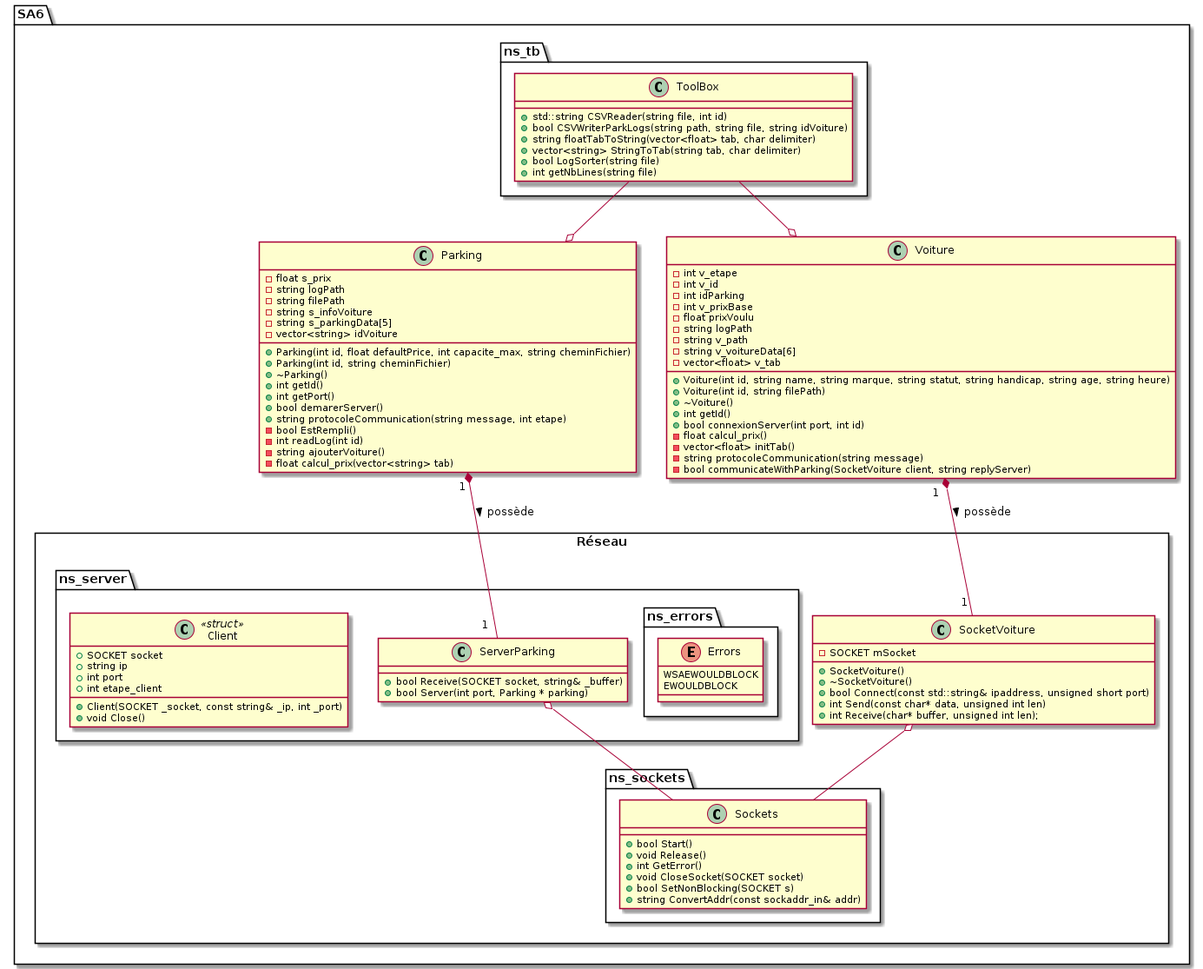
KevinFroissart/SA6_CarPark_AI keeps this PlantUML diagram as SA6/doc/SA6_uml.png. Above is the earlier version.
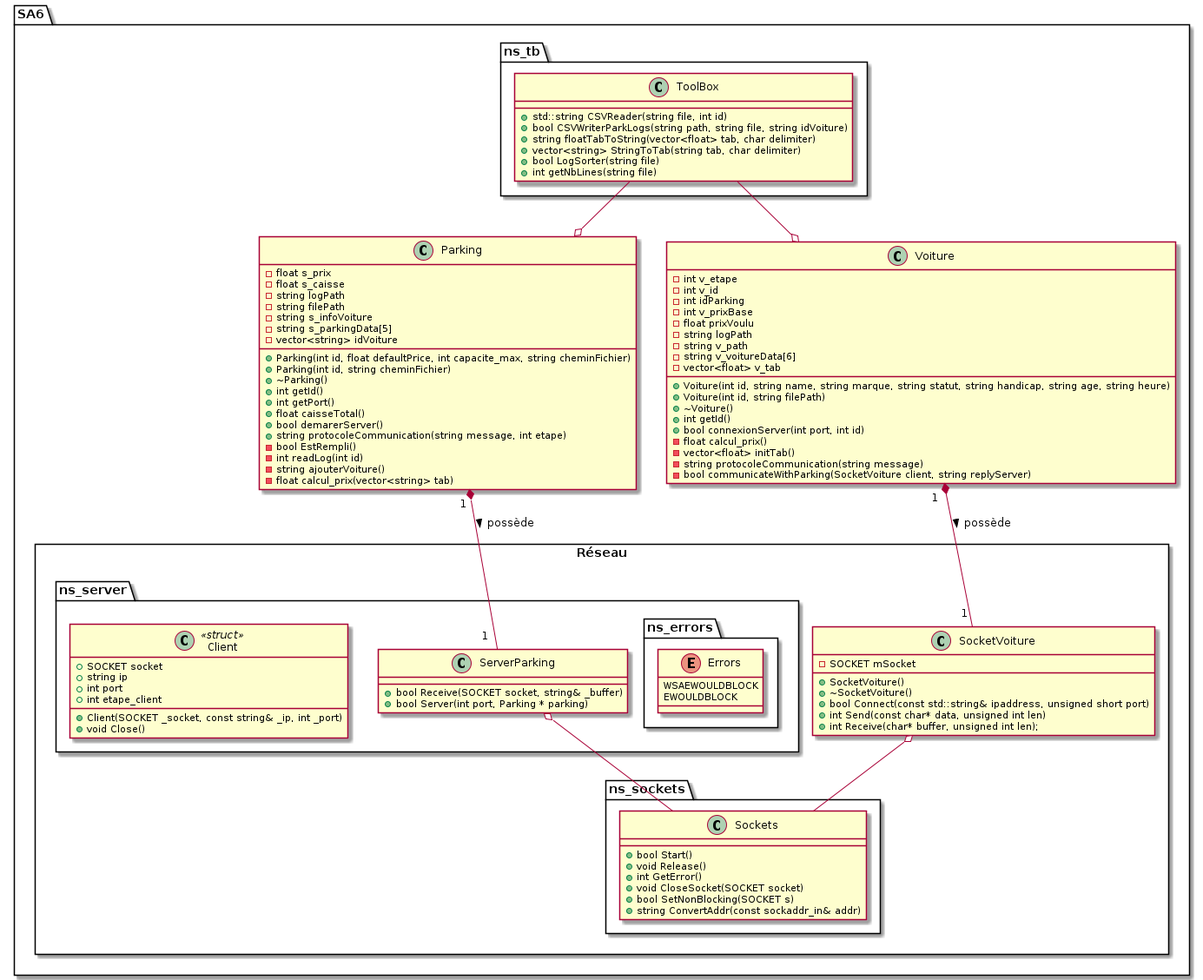
Later version of the same file.

Commit message:
caisse parking

The edit, as a diff of the source:
```diff
@@ -15,6 +15,7 @@
 
     class Parking {
         - float s_prix
+        - float s_caisse
         - string logPath
         - string filePath
         - string s_infoVoiture
@@ -26,6 +27,7 @@
         + ~Parking()
         + int getId()
         + int getPort()
+        + float caisseTotal()
         + bool demarerServer()
         + string protocoleCommunication(string message, int etape)
         - bool EstRempli()
```
